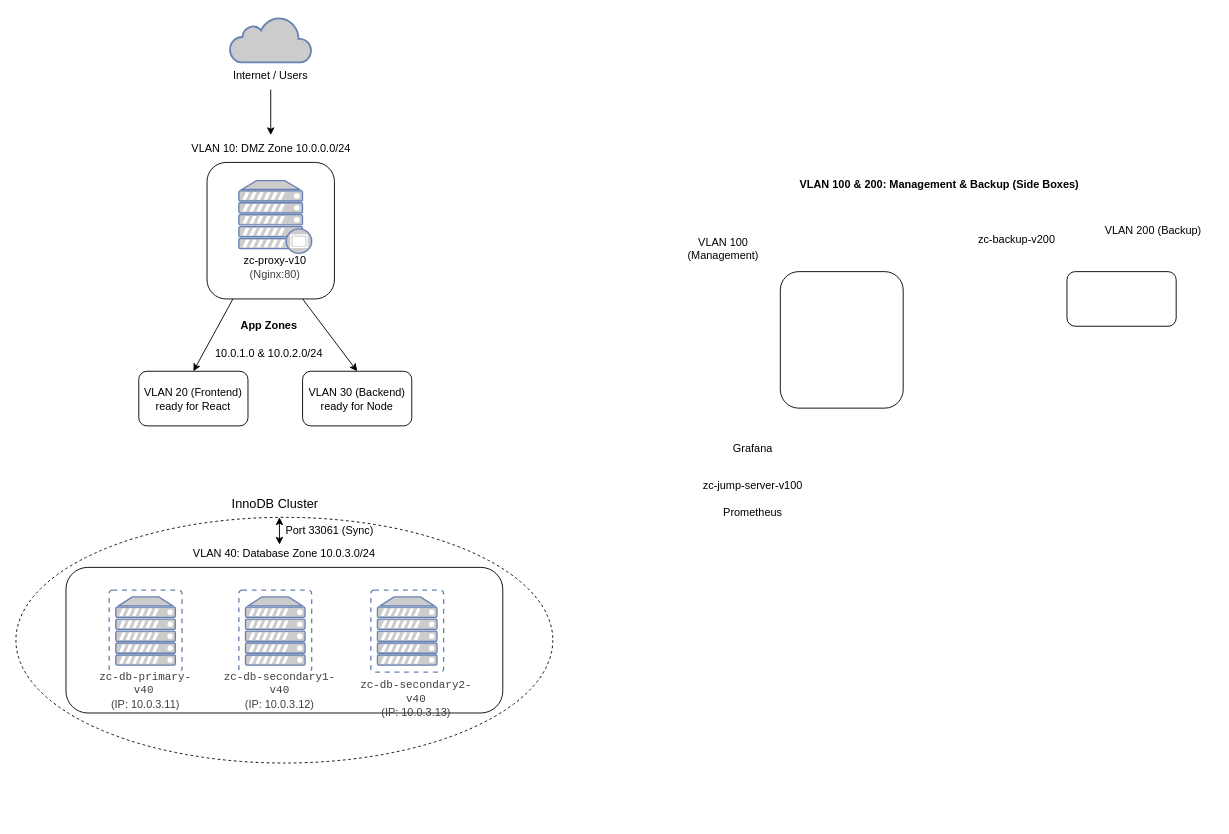
The draw.io diagram architecture-v1.drawio in Fadi5ann/zc-invoice-infra, before the edit. Source tidied: cells renumbered, new cells numbered last; positions are measured from the earlier drawing's top-left corner, leaving out a move shared by most shapes. Both pictures are drawn from the tidied source at 91%, with x=0, y=0 at pixel (15, 16).
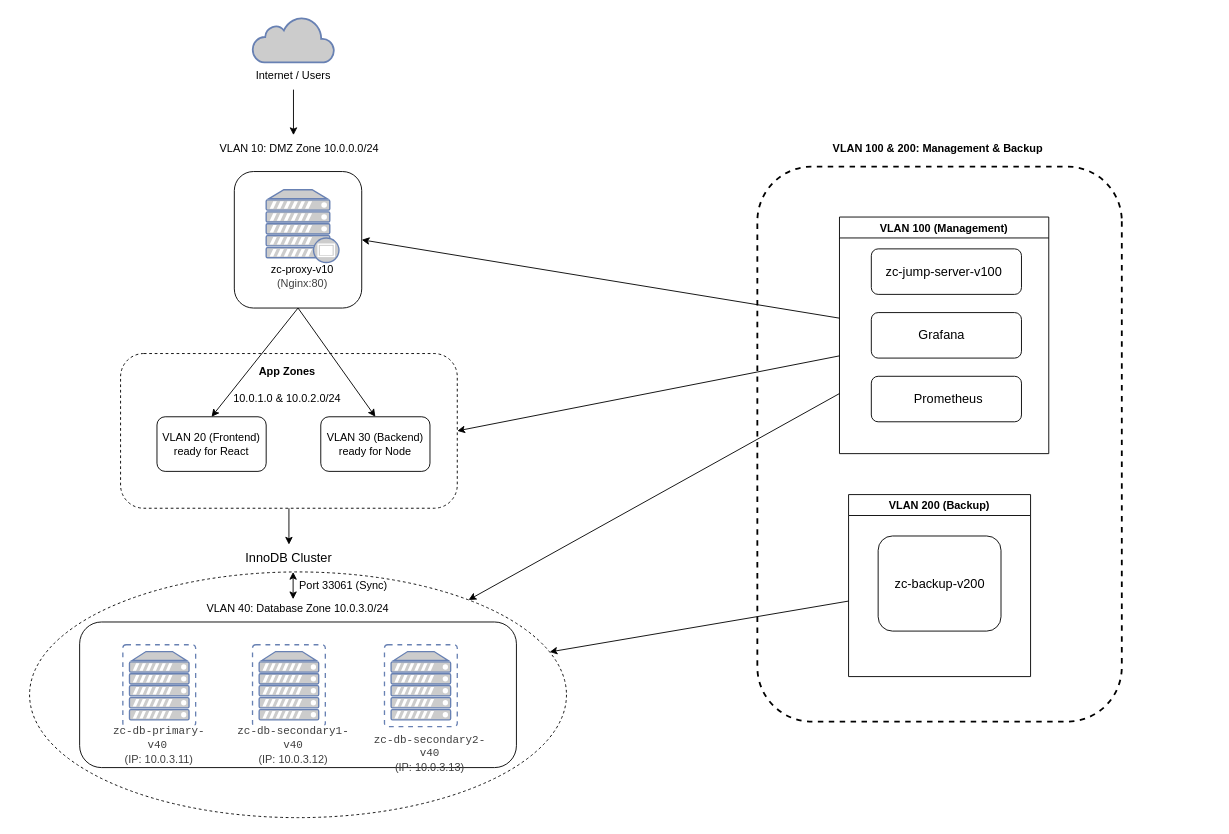
The same page after the edit.

Change to the diagram source:
```diff
@@
+    <mxCell id="35" style="rounded=1;whiteSpace=wrap;html=1;dashed=1;strokeWidth=1;" parent="1" vertex="1">
+      <mxGeometry x="115" y="370" width="370" height="170" as="geometry" />
+    </mxCell>
     <mxCell id="2" style="html=1;fillColor=#CCCCCC;strokeColor=#6881B3;gradientColor=none;gradientDirection=north;strokeWidth=2;shape=mxgraph.networks.cloud;fontColor=#ffffff;" parent="1" vertex="1">
-      <mxGeometry x="235" width="90" height="50" as="geometry" />
+      <mxGeometry x="260" width="90" height="50" as="geometry" />
     </mxCell>
     <mxCell id="3" style="edgeStyle=none;html=1;" parent="1" edge="1">
       <mxGeometry relative="1" as="geometry">
-        <mxPoint x="280" y="80" as="sourcePoint" />
-        <mxPoint x="280" y="130" as="targetPoint" />
+        <mxPoint x="305" y="80" as="sourcePoint" />
+        <mxPoint x="305" y="130" as="targetPoint" />
       </mxGeometry>
     </mxCell>
     <mxCell id="4" value="Internet / Users" style="text;strokeColor=none;align=center;fillColor=none;html=1;verticalAlign=middle;whiteSpace=wrap;rounded=0;" parent="1" vertex="1">
-      <mxGeometry x="230" y="50" width="100" height="30" as="geometry" />
+      <mxGeometry x="255" y="50" width="100" height="30" as="geometry" />
     </mxCell>
-    <mxCell id="5" style="edgeStyle=none;html=1;entryX=0.5;entryY=0;entryDx=0;entryDy=0;exitX=0.75;exitY=1;exitDx=0;exitDy=0;" parent="1" edge="1" source="6" target="10">
+    <mxCell id="5" style="edgeStyle=none;html=1;entryX=0.5;entryY=0;entryDx=0;entryDy=0;exitX=0.5;exitY=1;exitDx=0;exitDy=0;" parent="1" edge="1" source="6" target="10">
       <mxGeometry relative="1" as="geometry" />
     </mxCell>
     <mxCell id="6" style="rounded=1;whiteSpace=wrap;html=1;noLabel=0;" parent="1" vertex="1">
-      <mxGeometry x="210" y="160" width="140" height="150" as="geometry" />
+      <mxGeometry x="240" y="170" width="140" height="150" as="geometry" />
     </mxCell>
     <mxCell id="7" value="&amp;nbsp;VLAN 10: DMZ Zone 10.0.0.0/24" style="text;strokeColor=none;align=center;fillColor=none;html=1;verticalAlign=middle;whiteSpace=wrap;rounded=0;" parent="1" vertex="1">
-      <mxGeometry x="183" y="130" width="192" height="30" as="geometry" />
+      <mxGeometry x="214" y="130" width="192" height="30" as="geometry" />
     </mxCell>
     <mxCell id="8" value="&lt;h4&gt;&lt;font&gt;&lt;span style=&quot;background-color: transparent;&quot;&gt;App Zones&lt;/span&gt;&lt;span style=&quot;background-color: transparent;&quot;&gt;&amp;nbsp;&lt;/span&gt;&lt;/font&gt;&lt;/h4&gt;&lt;h4&gt;&lt;font style=&quot;color: rgb(0, 0, 0); font-weight: normal;&quot;&gt;&lt;span style=&quot;background-color: transparent;&quot;&gt;10.0.1.0&amp;nbsp;&amp;amp; 10.0.2.0/24&amp;nbsp;&lt;/span&gt;&lt;/font&gt;&lt;/h4&gt;" style="text;strokeColor=none;align=center;fillColor=none;html=1;verticalAlign=middle;whiteSpace=wrap;rounded=0;" parent="1" vertex="1">
-      <mxGeometry x="160" y="339.5" width="240" height="30" as="geometry" />
+      <mxGeometry x="180" y="389.5" width="240" height="30" as="geometry" />
     </mxCell>
     <mxCell id="9" value="&lt;font style=&quot;color: rgb(0, 0, 0);&quot;&gt;VLAN 20 (Frontend)&lt;/font&gt;&lt;div&gt;&lt;font style=&quot;color: rgb(0, 0, 0);&quot;&gt;ready for React&lt;/font&gt;&lt;/div&gt;" style="rounded=1;whiteSpace=wrap;html=1;" parent="1" vertex="1">
-      <mxGeometry x="135" y="389.5" width="120" height="60" as="geometry" />
+      <mxGeometry x="155" y="439.5" width="120" height="60" as="geometry" />
     </mxCell>
     <mxCell id="10" value="VLAN 30 (Backend)&lt;div&gt;&lt;font style=&quot;color: rgb(0, 0, 0);&quot;&gt;ready for Node&lt;/font&gt;&lt;/div&gt;" style="rounded=1;whiteSpace=wrap;html=1;" parent="1" vertex="1">
-      <mxGeometry x="315" y="389.5" width="120" height="60" as="geometry" />
+      <mxGeometry x="335" y="439.5" width="120" height="60" as="geometry" />
     </mxCell>
-    <mxCell id="11" style="edgeStyle=none;html=1;entryX=0.5;entryY=0;entryDx=0;entryDy=0;exitX=0.203;exitY=1.001;exitDx=0;exitDy=0;exitPerimeter=0;" parent="1" edge="1" source="6" target="9">
+    <mxCell id="11" style="edgeStyle=none;html=1;entryX=0.5;entryY=0;entryDx=0;entryDy=0;exitX=0.5;exitY=1;exitDx=0;exitDy=0;" parent="1" edge="1" source="6" target="9">
       <mxGeometry relative="1" as="geometry" />
     </mxCell>
     <mxCell id="12" style="ellipse;whiteSpace=wrap;html=1;dashed=1;shadow=0;" parent="1" vertex="1">
-      <mxGeometry y="550" width="590" height="270" as="geometry" />
+      <mxGeometry x="15" y="610" width="590" height="270" as="geometry" />
     </mxCell>
     <mxCell id="13" style="rounded=1;whiteSpace=wrap;html=1;" parent="1" vertex="1">
-      <mxGeometry x="55" y="605" width="480" height="160" as="geometry" />
+      <mxGeometry x="70" y="665" width="480" height="160" as="geometry" />
     </mxCell>
     <mxCell id="14" style="fontColor=#0066CC;verticalAlign=top;verticalLabelPosition=bottom;labelPosition=center;align=center;html=1;fillColor=#CCCCCC;strokeColor=#6881B3;gradientColor=none;gradientDirection=north;strokeWidth=2;shape=mxgraph.networks.proxy_server;" parent="1" vertex="1">
-      <mxGeometry x="245" y="180" width="80" height="80" as="geometry" />
+      <mxGeometry x="275" y="190" width="80" height="80" as="geometry" />
     </mxCell>
     <mxCell id="15" style="fontColor=#0066CC;verticalAlign=top;verticalLabelPosition=bottom;labelPosition=center;align=center;html=1;fillColor=#CCCCCC;strokeColor=#6881B3;gradientColor=none;gradientDirection=north;strokeWidth=2;shape=mxgraph.networks.virtual_server;" parent="1" vertex="1">
-      <mxGeometry x="102.5" y="630" width="80" height="90" as="geometry" />
+      <mxGeometry x="117.5" y="690" width="80" height="90" as="geometry" />
     </mxCell>
     <mxCell id="16" style="fontColor=#0066CC;verticalAlign=top;verticalLabelPosition=bottom;labelPosition=center;align=center;html=1;fillColor=#CCCCCC;strokeColor=#6881B3;gradientColor=none;gradientDirection=north;strokeWidth=2;shape=mxgraph.networks.virtual_server;" parent="1" vertex="1">
-      <mxGeometry x="245" y="630" width="80" height="90" as="geometry" />
+      <mxGeometry x="260" y="690" width="80" height="90" as="geometry" />
     </mxCell>
     <mxCell id="17" style="fontColor=#0066CC;verticalAlign=top;verticalLabelPosition=bottom;labelPosition=center;align=center;html=1;fillColor=#CCCCCC;strokeColor=#6881B3;gradientColor=none;gradientDirection=north;strokeWidth=2;shape=mxgraph.networks.virtual_server;" parent="1" vertex="1">
-      <mxGeometry x="390" y="630" width="80" height="90" as="geometry" />
+      <mxGeometry x="405" y="690" width="80" height="90" as="geometry" />
     </mxCell>
     <mxCell id="18" value="&lt;h4&gt;&lt;span style=&quot;font-weight: normal;&quot;&gt;VLAN 40: Database Zone 10.0.3.0/24&lt;/span&gt;&lt;/h4&gt;" style="text;strokeColor=none;align=center;fillColor=none;html=1;verticalAlign=middle;whiteSpace=wrap;rounded=0;" parent="1" vertex="1">
-      <mxGeometry x="120" y="575" width="350" height="30" as="geometry" />
+      <mxGeometry x="135" y="635" width="350" height="30" as="geometry" />
     </mxCell>
     <mxCell id="19" value="&lt;span&gt;&lt;code style=&quot;color: rgb(63, 63, 63); background-color: light-dark(#ffffff, var(--ge-dark-color, #121212));&quot;&gt;zc-db-primary-v40&lt;/code&gt;&lt;span style=&quot;color: rgb(63, 63, 63);&quot;&gt;&amp;nbsp;&lt;/span&gt;&lt;/span&gt;&lt;div&gt;&lt;span&gt;&lt;span style=&quot;color: rgb(63, 63, 63);&quot;&gt;(IP: 10.0.3.11)&lt;/span&gt;&lt;/span&gt;&lt;/div&gt;" style="text;strokeColor=none;align=center;fillColor=none;html=1;verticalAlign=middle;whiteSpace=wrap;rounded=0;" parent="1" vertex="1">
-      <mxGeometry x="85" y="725" width="115" height="30" as="geometry" />
+      <mxGeometry x="100" y="785" width="115" height="30" as="geometry" />
     </mxCell>
     <mxCell id="20" value="&lt;span&gt;&lt;code style=&quot;color: rgb(63, 63, 63); background-color: rgb(255, 255, 255);&quot;&gt;zc-db-secondary1-v40&lt;/code&gt;&lt;/span&gt;&lt;div&gt;&lt;span&gt;&lt;span style=&quot;color: rgb(63, 63, 63);&quot;&gt;&lt;span style=&quot;background-color: rgb(255, 255, 255);&quot;&gt; &lt;/span&gt;(IP: 10.0.3.12)&lt;/span&gt;&lt;/span&gt;&lt;/div&gt;" style="text;strokeColor=none;align=center;fillColor=none;html=1;verticalAlign=middle;whiteSpace=wrap;rounded=0;" parent="1" vertex="1">
-      <mxGeometry x="220" y="725" width="140" height="30" as="geometry" />
+      <mxGeometry x="235" y="785" width="140" height="30" as="geometry" />
     </mxCell>
     <mxCell id="21" value="&lt;code style=&quot;color: rgb(63, 63, 63); background-color: light-dark(#ffffff, var(--ge-dark-color, #121212));&quot;&gt;zc-db-secondary2-v40&lt;/code&gt;&lt;div&gt;&lt;span style=&quot;color: rgb(63, 63, 63); background-color: transparent;&quot;&gt;(IP: 10.0.3.13)&lt;/span&gt;&lt;/div&gt;" style="text;whiteSpace=wrap;html=1;align=center;" parent="1" vertex="1">
-      <mxGeometry x="375" y="720" width="130" height="30" as="geometry" />
+      <mxGeometry x="390" y="780" width="130" height="30" as="geometry" />
     </mxCell>
     <mxCell id="22" value="InnoDB Cluster" style="text;strokeColor=none;align=center;fillColor=none;html=1;verticalAlign=middle;whiteSpace=wrap;rounded=0;fontSize=14;" parent="1" vertex="1">
-      <mxGeometry x="235" y="520" width="100" height="30" as="geometry" />
+      <mxGeometry x="250" y="580" width="100" height="30" as="geometry" />
     </mxCell>
     <mxCell id="23" style="endArrow=classic;startArrow=classic;html=1;" parent="1" edge="1">
       <mxGeometry relative="1" as="geometry">
-        <mxPoint x="289.6" y="580" as="sourcePoint" />
-        <mxPoint x="289.6" y="550" as="targetPoint" />
+        <mxPoint x="304.6" y="640" as="sourcePoint" />
+        <mxPoint x="304.6" y="610" as="targetPoint" />
       </mxGeometry>
     </mxCell>
     <mxCell id="24" value="Port 33061 (Sync)" style="text;strokeColor=none;align=center;fillColor=none;html=1;verticalAlign=middle;whiteSpace=wrap;rounded=0;" parent="1" vertex="1">
-      <mxGeometry x="290" y="550" width="110" height="30" as="geometry" />
+      <mxGeometry x="305" y="610" width="110" height="30" as="geometry" />
     </mxCell>
     <mxCell id="25" value="&lt;span style=&quot;color: rgb(0, 0, 0);&quot;&gt;zc-proxy-v10&lt;/span&gt;&lt;div style=&quot;color: rgb(63, 63, 63); scrollbar-color: rgb(226, 226, 226) rgb(251, 251, 251);&quot;&gt;(Nginx:80)&lt;/div&gt;" style="text;strokeColor=none;align=center;fillColor=none;html=1;verticalAlign=middle;whiteSpace=wrap;rounded=0;" parent="1" vertex="1">
-      <mxGeometry x="245" y="260" width="80" height="30" as="geometry" />
+      <mxGeometry x="275" y="270" width="80" height="30" as="geometry" />
     </mxCell>
-    <mxCell id="26" value="&lt;h4&gt;VLAN 100 &amp;amp; 200: Management &amp;amp; Backup (Side Boxes)&lt;/h4&gt;" style="text;html=1;align=center;verticalAlign=middle;whiteSpace=wrap;rounded=0;" parent="1" vertex="1">
-      <mxGeometry x="845" y="170" width="340" height="30" as="geometry" />
+    <mxCell id="26" value="&lt;h4&gt;VLAN 100 &amp;amp; 200: Management &amp;amp; Backup&amp;nbsp;&lt;/h4&gt;" style="text;html=1;align=center;verticalAlign=middle;whiteSpace=wrap;rounded=0;" parent="1" vertex="1">
+      <mxGeometry x="845" y="130" width="340" height="30" as="geometry" />
     </mxCell>
-    <mxCell id="27" style="rounded=1;whiteSpace=wrap;html=1;" parent="1" vertex="1">
-      <mxGeometry x="1155" y="280" width="120" height="60" as="geometry" />
-    </mxCell>
+    <mxCell id="36" style="endArrow=classic;html=1;entryX=0.5;entryY=0;entryDx=0;entryDy=0;exitX=0.5;exitY=1;exitDx=0;exitDy=0;" parent="1" edge="1" source="35" target="22">
+      <mxGeometry relative="1" as="geometry" />
+    </mxCell>
+    <mxCell id="37" style="rounded=1;whiteSpace=wrap;html=1;rotation=90;strokeWidth=2;dashed=1;" parent="1" vertex="1">
+      <mxGeometry x="710" y="269.3" width="610" height="400.5" as="geometry" />
+    </mxCell>
+    <mxCell id="38" style="edgeStyle=none;html=1;entryX=1;entryY=0.5;entryDx=0;entryDy=0;" parent="1" edge="1" source="31" target="6">
+      <mxGeometry relative="1" as="geometry" />
+    </mxCell>
+    <mxCell id="39" style="edgeStyle=none;html=1;entryX=1;entryY=0.5;entryDx=0;entryDy=0;" parent="1" edge="1" source="31" target="35">
+      <mxGeometry relative="1" as="geometry" />
+    </mxCell>
+    <mxCell id="40" style="edgeStyle=none;html=1;" parent="1" edge="1" source="31" target="12">
+      <mxGeometry relative="1" as="geometry" />
+    </mxCell>
+    <mxCell id="31" value="VLAN 100 (Management)" style="swimlane;" parent="1" vertex="1">
+      <mxGeometry x="905" y="220" width="230" height="260" as="geometry" />
+    </mxCell>
+    <mxCell id="41" style="rounded=1;whiteSpace=wrap;html=1;" parent="31" vertex="1">
+      <mxGeometry x="35" y="35" width="165" height="50" as="geometry" />
+    </mxCell>
+    <mxCell id="42" style="rounded=1;whiteSpace=wrap;html=1;" parent="31" vertex="1">
+      <mxGeometry x="35" y="105" width="165" height="50" as="geometry" />
+    </mxCell>
+    <mxCell id="43" style="rounded=1;whiteSpace=wrap;html=1;" parent="31" vertex="1">
+      <mxGeometry x="35" y="175" width="165" height="50" as="geometry" />
+    </mxCell>
+    <mxCell id="34" value="&lt;font style=&quot;font-size: 14px;&quot;&gt;Grafana&lt;/font&gt;" style="text;html=1;align=center;verticalAlign=middle;whiteSpace=wrap;rounded=0;" parent="31" vertex="1">
+      <mxGeometry x="85" y="115" width="55" height="30" as="geometry" />
+    </mxCell>
+    <mxCell id="33" value="&lt;font style=&quot;font-size: 14px;&quot;&gt;Prometheus&lt;/font&gt;" style="text;html=1;align=center;verticalAlign=middle;whiteSpace=wrap;rounded=0;" parent="31" vertex="1">
+      <mxGeometry x="75" y="185" width="90" height="30" as="geometry" />
+    </mxCell>
+    <mxCell id="32" value="&lt;font style=&quot;font-size: 14px;&quot;&gt;zc-jump-server-v100&lt;/font&gt;" style="text;html=1;align=center;verticalAlign=middle;whiteSpace=wrap;rounded=0;" parent="31" vertex="1">
+      <mxGeometry x="50" y="45" width="130" height="30" as="geometry" />
+    </mxCell>
+    <mxCell id="44" style="edgeStyle=none;html=1;" parent="1" edge="1" source="29" target="12">
+      <mxGeometry relative="1" as="geometry" />
+    </mxCell>
+    <mxCell id="29" value="VLAN 200 (Backup)" style="swimlane;" parent="1" vertex="1">
+      <mxGeometry x="915" y="525" width="200" height="200" as="geometry" />
+    </mxCell>
-    <mxCell id="28" style="rounded=1;whiteSpace=wrap;html=1;" parent="1" vertex="1">
-      <mxGeometry x="840" y="280" width="135" height="150" as="geometry" />
+    <mxCell id="28" style="rounded=1;whiteSpace=wrap;html=1;" parent="29" vertex="1">
+      <mxGeometry x="32.5" y="45.5" width="135" height="104.5" as="geometry" />
     </mxCell>
-    <mxCell id="29" value="VLAN 200 (Backup)" style="text;html=1;align=center;verticalAlign=middle;whiteSpace=wrap;rounded=0;" parent="1" vertex="1">
-      <mxGeometry x="1185" y="220" width="130" height="30" as="geometry" />
-    </mxCell>
-    <mxCell id="30" value="zc-backup-v200" style="text;strokeColor=none;align=center;fillColor=none;html=1;verticalAlign=middle;whiteSpace=wrap;rounded=0;" parent="1" vertex="1">
-      <mxGeometry x="1055" y="230" width="90" height="30" as="geometry" />
+    <mxCell id="30" value="zc-backup-v200" style="text;strokeColor=none;align=center;fillColor=none;html=1;verticalAlign=middle;whiteSpace=wrap;rounded=0;fontSize=14;" parent="29" vertex="1">
+      <mxGeometry x="47.5" y="72.5" width="105" height="50.5" as="geometry" />
     </mxCell>
-    <mxCell id="31" value="VLAN 100 (Management)" style="text;html=1;align=center;verticalAlign=middle;whiteSpace=wrap;rounded=0;" parent="1" vertex="1">
-      <mxGeometry x="715" y="240" width="125" height="30" as="geometry" />
-    </mxCell>
-    <mxCell id="32" value="zc-jump-server-v100" style="text;html=1;align=center;verticalAlign=middle;whiteSpace=wrap;rounded=0;" parent="1" vertex="1">
-      <mxGeometry x="745" y="500" width="130" height="30" as="geometry" />
-    </mxCell>
-    <mxCell id="33" value="Prometheus" style="text;html=1;align=center;verticalAlign=middle;whiteSpace=wrap;rounded=0;" parent="1" vertex="1">
-      <mxGeometry x="765" y="530" width="90" height="30" as="geometry" />
-    </mxCell>
-    <mxCell id="34" value="Grafana" style="text;html=1;align=center;verticalAlign=middle;whiteSpace=wrap;rounded=0;" parent="1" vertex="1">
-      <mxGeometry x="780" y="460" width="60" height="30" as="geometry" />
-    </mxCell>
```
